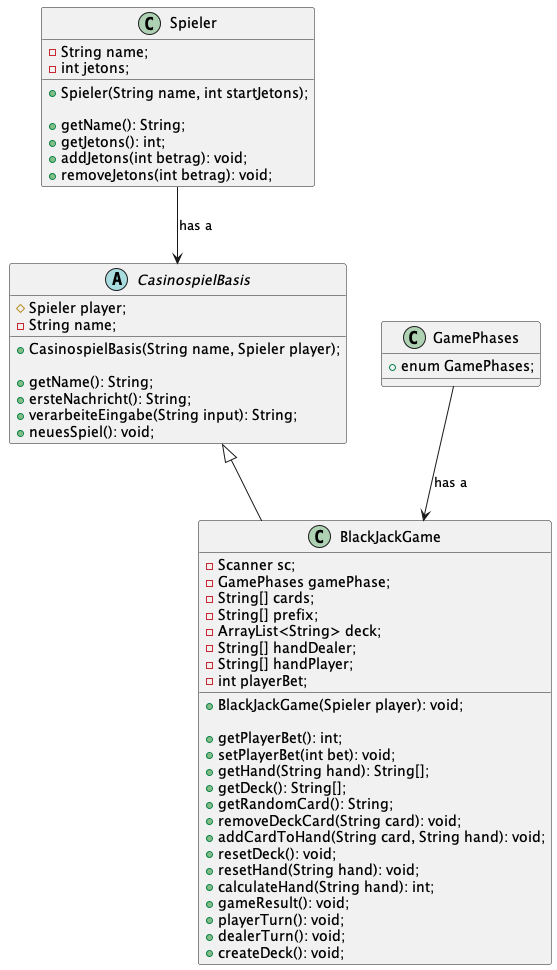
This is out/UML-Diagramm/UML/BlackJack.png from Henrik-basecom/casino-black-jack, a PlantUML export, as it was before one commit.
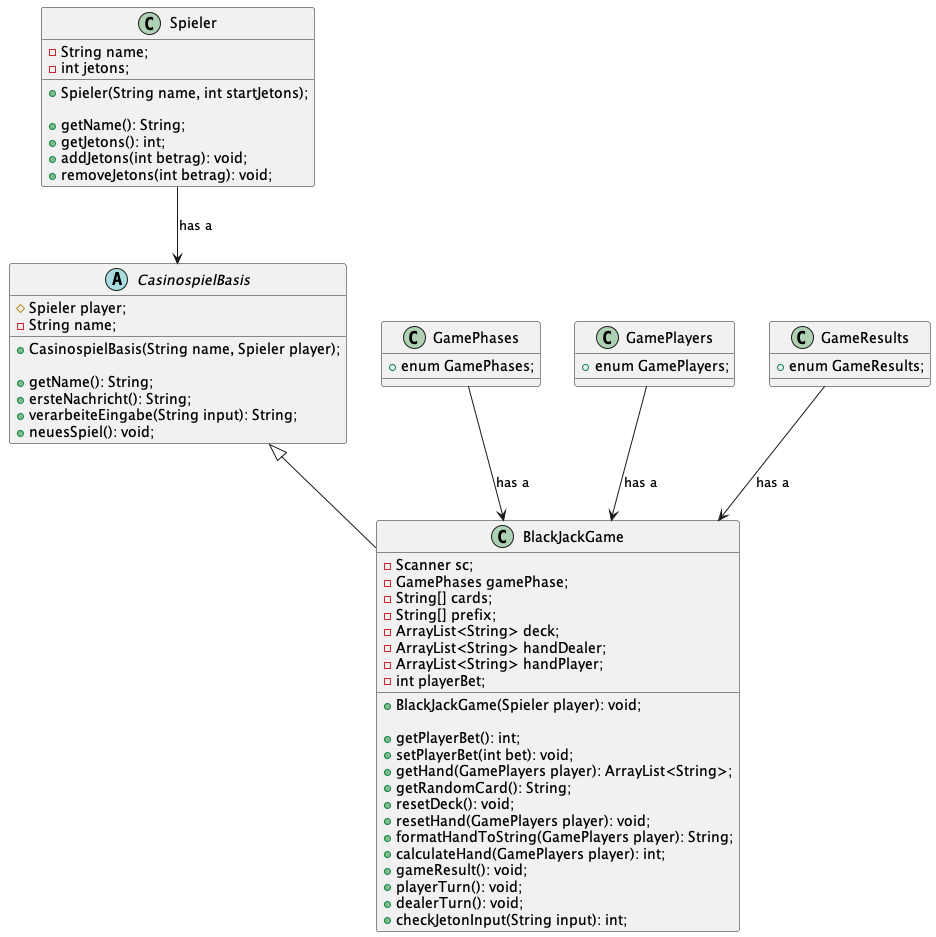
Later version of the same file.

Commit message:
[henrik] update uml diagram

The edit, as a diff of the source:
```diff
@@ -30,32 +30,40 @@
     - String[] cards;
     - String[] prefix;
     - ArrayList<String> deck;
-    - String[] handDealer;
-    - String[] handPlayer;
+    - ArrayList<String> handDealer;
+    - ArrayList<String> handPlayer;
     - int playerBet;
 
     + BlackJackGame(Spieler player): void;
 
     + getPlayerBet(): int;
     + setPlayerBet(int bet): void;
-    + getHand(String hand): String[];
-    + getDeck(): String[];
+    + getHand(GamePlayers player): ArrayList<String>;
     + getRandomCard(): String;
-    + removeDeckCard(String card): void;
-    + addCardToHand(String card, String hand): void;
     + resetDeck(): void;
-    + resetHand(String hand): void;
-    + calculateHand(String hand): int;
+    + resetHand(GamePlayers player): void;
+    + formatHandToString(GamePlayers player): String;
+    + calculateHand(GamePlayers player): int;
     + gameResult(): void;
     + playerTurn(): void;
     + dealerTurn(): void;
-    + createDeck(): void;
+    + checkJetonInput(String input): int;
 }
 
 class GamePhases {
     + enum GamePhases;
 }
 
+class GamePlayers {
+    + enum GamePlayers;
+}
+
+class GameResults {
+    + enum GameResults;
+}
+
 Spieler --> CasinospielBasis : "has a"
 GamePhases --> BlackJackGame: "has a"
+GamePlayers --> BlackJackGame: "has a"
+GameResults --> BlackJackGame: "has a"
 @enduml
```
